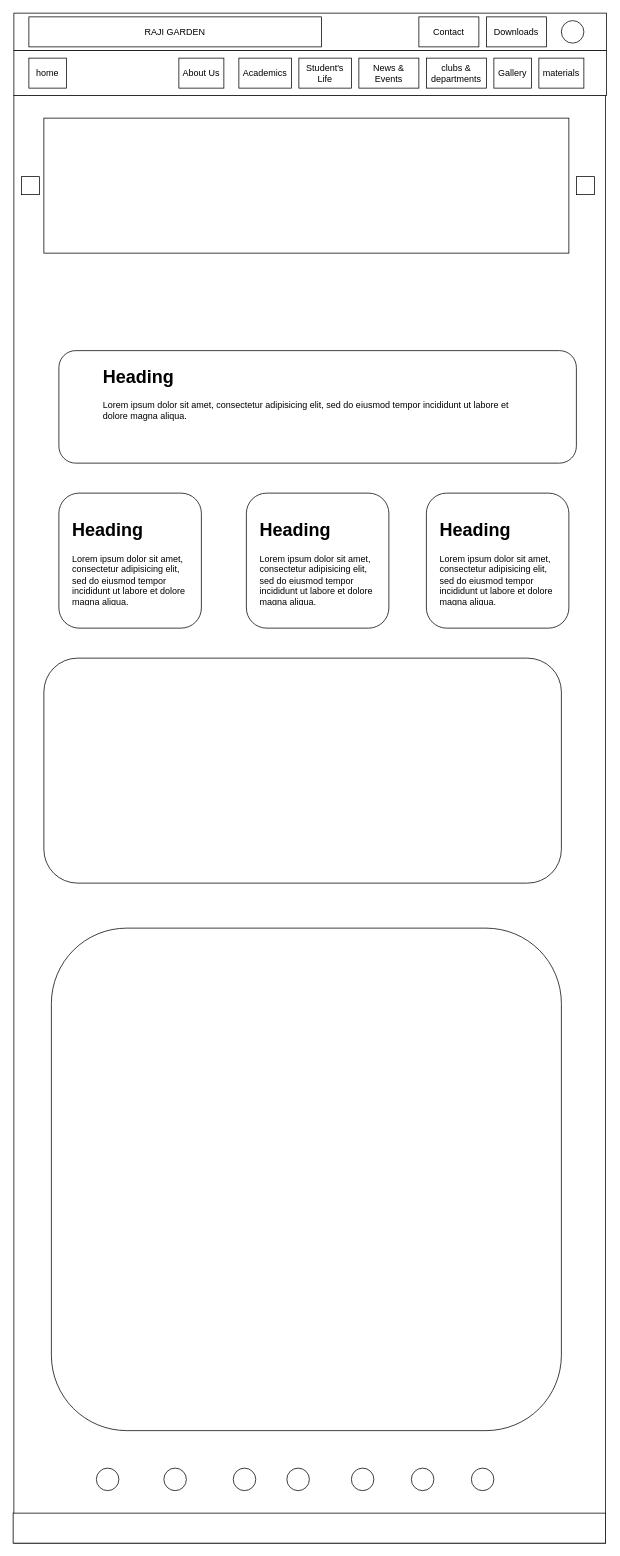
Lokeshwaran-M/Raji_Garden keeps this draw.io diagram as wireframe-design/1-index page.drawio. Above is the earlier version. Source tidied: cells renumbered, new cells numbered last; positions are measured from the earlier drawing's top-left corner, leaving out a move shared by most shapes. Both pictures are drawn from the tidied source at 75%, with x=0, y=0 at pixel (13, 13).
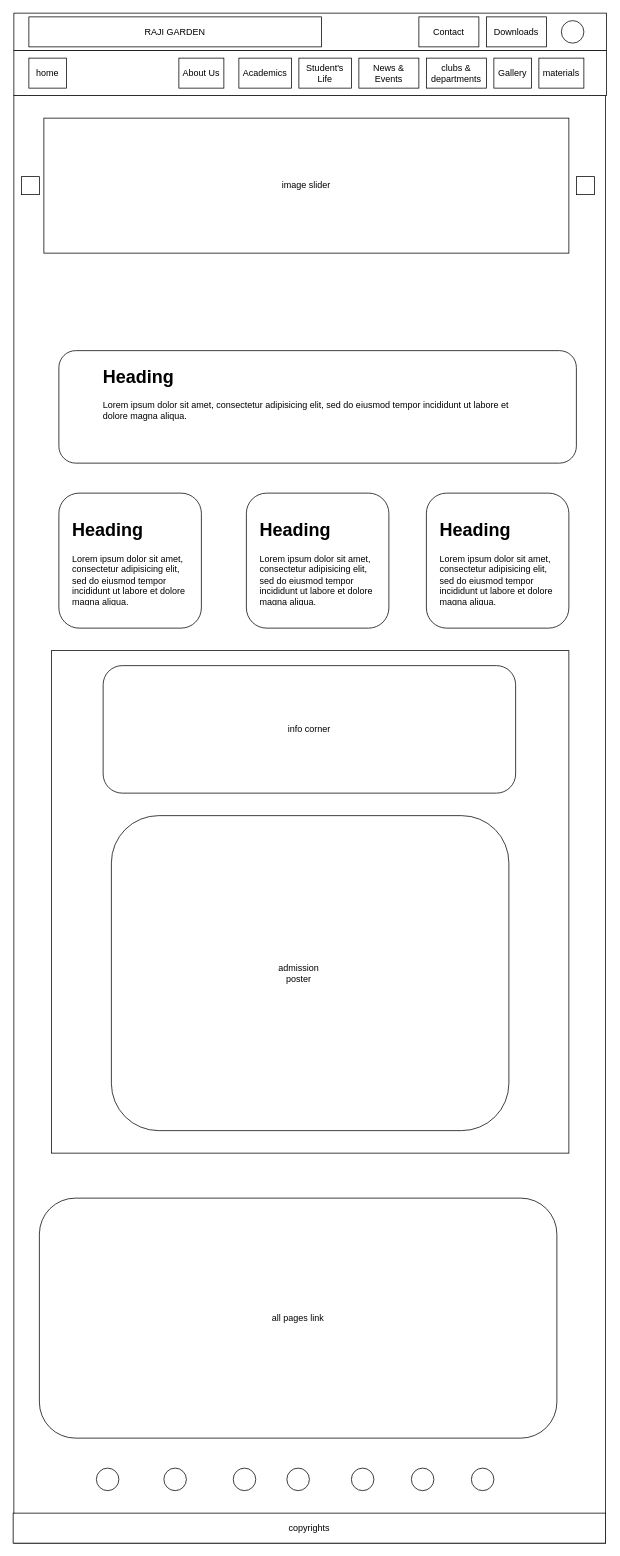
The same diagram, later.

Change to the diagram source:
```diff
@@
-    <mxCell id="17" style="rounded=0;whiteSpace=wrap;html=1;" parent="1" vertex="1">
+    <mxCell id="17" value="image slider" style="rounded=0;whiteSpace=wrap;html=1;" parent="1" vertex="1">
       <mxGeometry x="41" y="140" width="700" height="180" as="geometry" />
     </mxCell>
@@
-    <mxCell id="21" style="rounded=0;whiteSpace=wrap;html=1;" parent="1" vertex="1">
+    <mxCell id="21" value="copyrights" style="rounded=0;whiteSpace=wrap;html=1;" parent="1" vertex="1">
       <mxGeometry y="2000" width="790" height="40" as="geometry" />
     </mxCell>
@@
-    <mxCell id="23" style="rounded=1;whiteSpace=wrap;html=1;" parent="1" vertex="1">
-      <mxGeometry x="41" y="860" width="690" height="300" as="geometry" />
+    <mxCell id="23" value="all pages link" style="rounded=1;whiteSpace=wrap;html=1;" parent="1" vertex="1">
+      <mxGeometry x="35" y="1580" width="690" height="320" as="geometry" />
     </mxCell>
@@
-    <mxCell id="31" style="rounded=1;whiteSpace=wrap;html=1;" parent="1" vertex="1">
-      <mxGeometry x="51" y="1220" width="680" height="670" as="geometry" />
-    </mxCell>
@@
+    <mxCell id="38" style="rounded=0;whiteSpace=wrap;html=1;" parent="1" vertex="1">
+      <mxGeometry x="51" y="850" width="690" height="670" as="geometry" />
+    </mxCell>
+    <mxCell id="39" value="info corner" style="rounded=1;whiteSpace=wrap;html=1;" parent="1" vertex="1">
+      <mxGeometry x="120" y="870" width="550" height="170" as="geometry" />
+    </mxCell>
+    <mxCell id="40" style="rounded=1;whiteSpace=wrap;html=1;" parent="1" vertex="1">
+      <mxGeometry x="131" y="1070" width="530" height="420" as="geometry" />
+    </mxCell>
+    <mxCell id="41" value="admission poster" style="text;html=1;strokeColor=none;fillColor=none;align=center;verticalAlign=middle;whiteSpace=wrap;rounded=0;" parent="1" vertex="1">
+      <mxGeometry x="351" y="1265" width="60" height="30" as="geometry" />
+    </mxCell>
```
